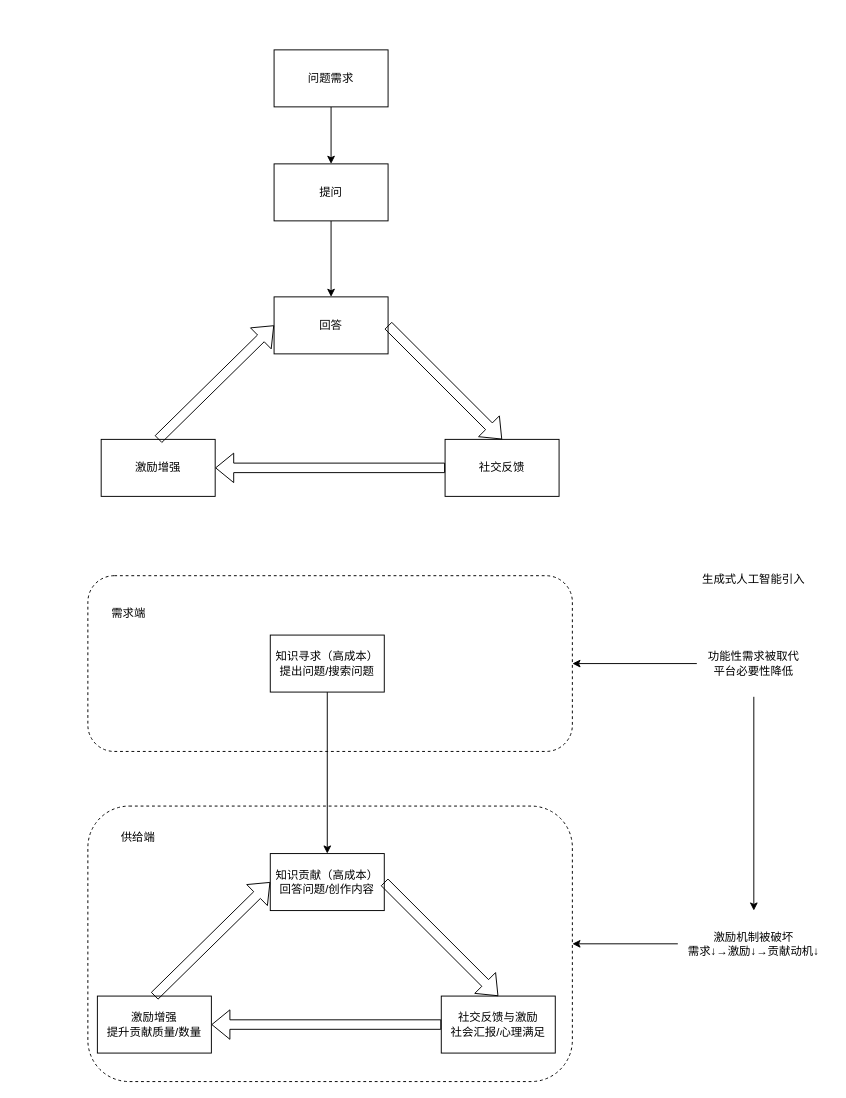
Above: 流程图1.drawio in Wuhu-Xin/Stata- (draw.io), before the change. Source tidied: cells renumbered, new cells numbered last; positions are measured from the earlier drawing's top-left corner, leaving out a move shared by most shapes. Both pictures are drawn from the tidied source at 95%, with x=0, y=0 at pixel (87, 49).
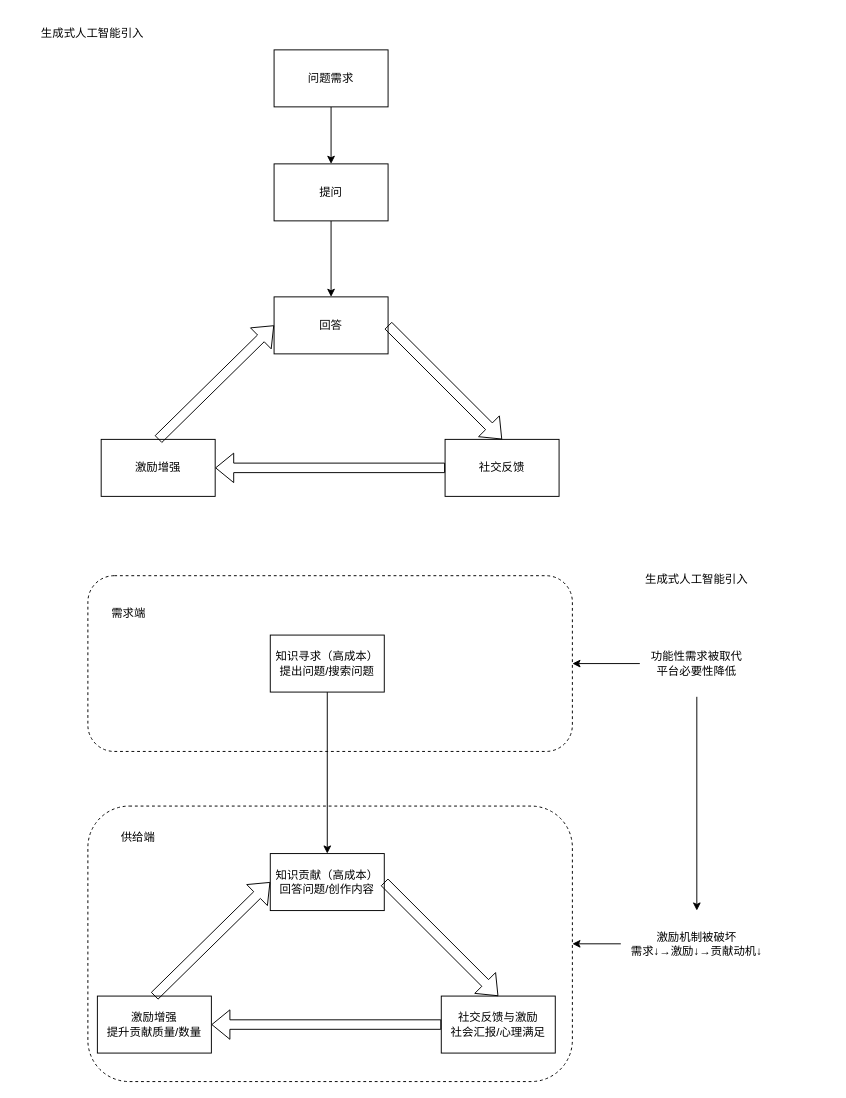
Above is the later version.

Commit message:
更新流程图1.drawio

Diff of the diagram source:
```diff
@@
     <mxCell id="24" value="&lt;div&gt;&lt;span style=&quot;background-color: transparent; color: light-dark(rgb(0, 0, 0), rgb(255, 255, 255));&quot;&gt;功能性需求被取代&lt;/span&gt;&lt;/div&gt;&lt;div&gt;平台必要性降低&lt;/div&gt;" style="text;html=1;whiteSpace=wrap;strokeColor=none;fillColor=none;align=center;verticalAlign=middle;rounded=0;" parent="1" vertex="1">
-      <mxGeometry x="641" y="611" width="120" height="70" as="geometry" />
+      <mxGeometry x="581" y="611" width="120" height="70" as="geometry" />
     </mxCell>
@@
     <mxCell id="26" value="&lt;div&gt;&lt;span style=&quot;background-color: transparent; color: light-dark(rgb(0, 0, 0), rgb(255, 255, 255));&quot;&gt;激励机制被破坏&lt;/span&gt;&lt;/div&gt;&lt;div&gt;需求↓→激励↓→贡献动机↓&lt;/div&gt;" style="text;html=1;whiteSpace=wrap;strokeColor=none;fillColor=none;align=center;verticalAlign=middle;rounded=0;" parent="1" vertex="1">
-      <mxGeometry x="621" y="906" width="160" height="70" as="geometry" />
+      <mxGeometry x="561" y="906" width="160" height="70" as="geometry" />
     </mxCell>
     <mxCell id="27" value="&lt;div&gt;生成式人工智能引入&lt;/div&gt;" style="text;html=1;whiteSpace=wrap;strokeColor=none;fillColor=none;align=center;verticalAlign=middle;rounded=0;" parent="1" vertex="1">
-      <mxGeometry x="621" y="540" width="160" height="35" as="geometry" />
+      <mxGeometry x="561" y="540" width="160" height="35" as="geometry" />
     </mxCell>
@@
+    <mxCell id="30" value="&lt;div&gt;生成式人工智能引入&lt;/div&gt;" style="text;html=1;whiteSpace=wrap;strokeColor=none;fillColor=none;align=center;verticalAlign=middle;rounded=0;" parent="1" vertex="1">
+      <mxGeometry x="-75" y="-35" width="160" height="35" as="geometry" />
+    </mxCell>
```
